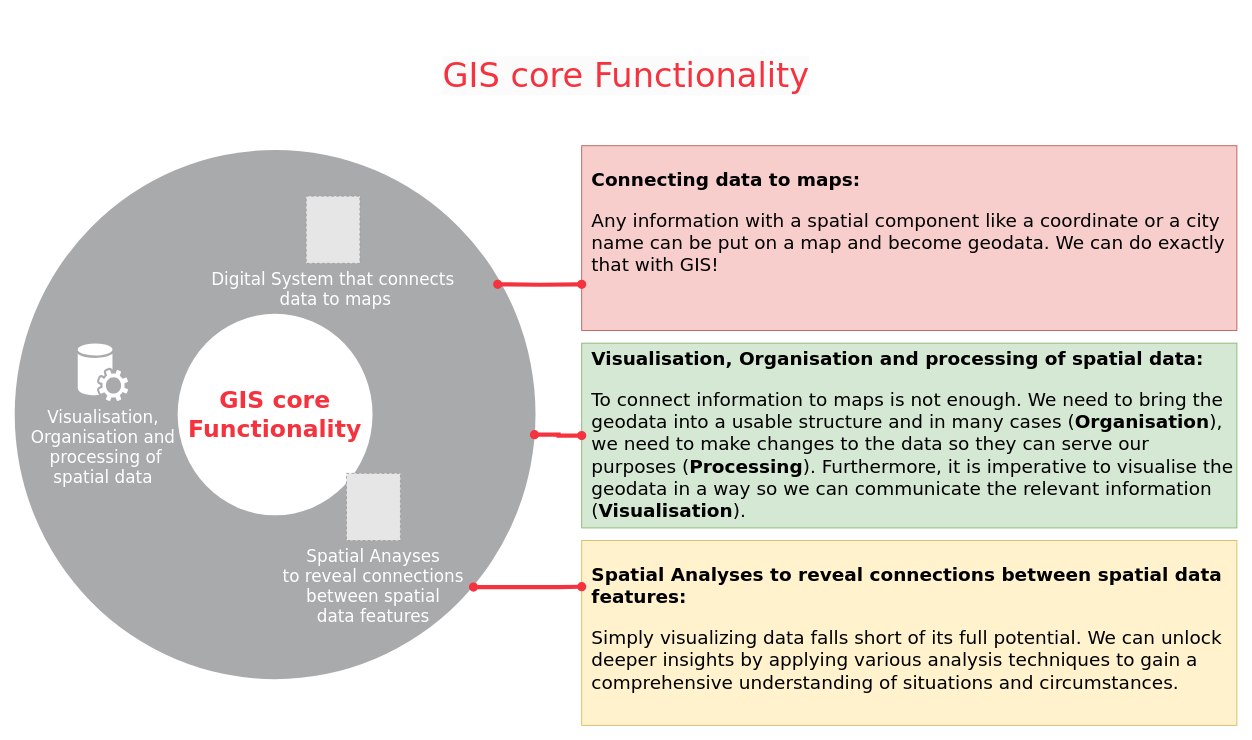
Above: fig/GIS_Core_functunality.drawio in GIScience/gis-training-resource-center (draw.io), before the change. Source tidied: cells renumbered, new cells numbered last; positions are measured from the earlier drawing's top-left corner, leaving out a move shared by most shapes. Both pictures are drawn from the tidied source at 84%, with x=0, y=0 at pixel (14, 70). Pictures stored in the file or linked from it are replaced by grey dashed boxes.
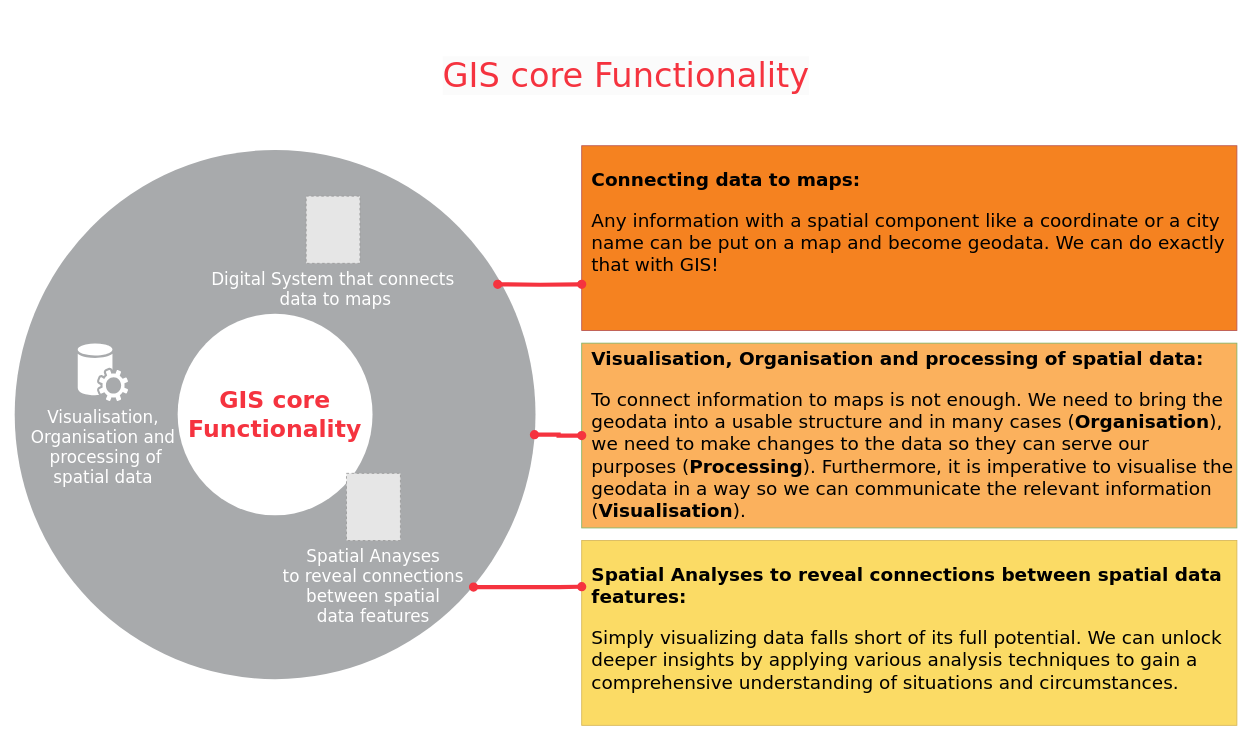
Above is the later version.

Change to the diagram source:
```diff
@@
 <mxGraphModel>
   <root>
     <mxCell id="0" />
     <mxCell id="1" parent="0" />
     <mxCell id="2" value="&#10;&lt;span style=&quot;color: rgb(245, 51, 63); font-size: 40px; font-style: normal; font-variant-ligatures: normal; font-variant-caps: normal; letter-spacing: normal; orphans: 2; text-align: center; text-indent: 0px; text-transform: none; widows: 2; word-spacing: 0px; -webkit-text-stroke-width: 0px; background-color: rgb(251, 251, 251); text-decoration-thickness: initial; text-decoration-style: initial; text-decoration-color: initial; float: none; display: inline !important;&quot;&gt;GIS core Functionality&lt;/span&gt;&#10;&#10;" style="rounded=0;whiteSpace=wrap;html=1;strokeColor=none;fillColor=none;fontFamily=Verdana;fontStyle=0;fontSize=40;" parent="1" vertex="1">
       <mxGeometry x="339.5" width="776" height="60" as="geometry" />
     </mxCell>
     <mxCell id="3" style="ellipse;whiteSpace=wrap;html=1;rounded=0;shadow=0;comic=0;strokeWidth=1;fontFamily=Verdana;fontSize=14;strokeColor=none;fillColor=#a8aaac;fontStyle=0;" parent="1" vertex="1">
       <mxGeometry y="95" width="620" height="630" as="geometry" />
     </mxCell>
     <mxCell id="4" value="&lt;font style=&quot;font-size: 28px;&quot;&gt;GIS core Functionality&lt;/font&gt;" style="ellipse;whiteSpace=wrap;html=1;rounded=0;shadow=0;comic=0;strokeWidth=1;fontFamily=Verdana;fontSize=28;strokeColor=none;fillColor=#FFFFFF;fontColor=#f5333f;fontStyle=1;labelBorderColor=none;" parent="1" vertex="1">
       <mxGeometry x="194" y="290" width="232" height="240" as="geometry" />
     </mxCell>
     <mxCell id="5" value="Visualisation, &lt;br style=&quot;font-size: 20px;&quot;&gt;Organisation and&lt;br style=&quot;font-size: 20px;&quot;&gt;&amp;nbsp;processing of &lt;br style=&quot;font-size: 20px;&quot;&gt;spatial data" style="shadow=0;dashed=0;html=1;strokeColor=none;fillColor=#ffffff;labelPosition=center;verticalLabelPosition=bottom;verticalAlign=top;shape=mxgraph.office.services.central_management_service;rounded=0;comic=0;fontFamily=Verdana;fontSize=20;fontColor=#FFFFFF;fontStyle=0;" parent="1" vertex="1">
       <mxGeometry x="75" y="325" width="60" height="69" as="geometry" />
     </mxCell>
     <mxCell id="6" value="Digital System that connects&#10; data to maps" style="fillColor=#E6E6E6;strokeColor=#999999;dashed=1;verticalLabelPosition=bottom;labelBackgroundColor=none;verticalAlign=top;fontColor=#FFFFFF;fontFamily=Verdana;fontSize=20;fontStyle=0;" parent="1" vertex="1">
       <mxGeometry x="347" y="150" width="64" height="80" as="geometry" />
     </mxCell>
     <mxCell id="7" value="Spatial Anayses&#10;to reveal connections&#10;between spatial&#10;data features" style="fillColor=#E6E6E6;strokeColor=#999999;dashed=1;verticalLabelPosition=bottom;labelBackgroundColor=none;verticalAlign=top;fontColor=#FFFFFF;fontFamily=Verdana;fontSize=20;fontStyle=0;" parent="1" vertex="1">
       <mxGeometry x="395" y="480" width="64.2" height="80" as="geometry" />
     </mxCell>
-    <mxCell id="8" value="&lt;p style=&quot;font-size: 22px;&quot; class=&quot;MsoNormal&quot;&gt;&lt;font style=&quot;font-size: 22px;&quot;&gt;&lt;b style=&quot;font-size: 22px;&quot;&gt;Connecting data to maps:&lt;/b&gt;&lt;/font&gt;&lt;/p&gt;&lt;p style=&quot;font-size: 22px;&quot; class=&quot;MsoNormal&quot;&gt;&lt;font style=&quot;font-size: 22px;&quot;&gt;&lt;font style=&quot;font-size: 22px;&quot;&gt;Any information with a spatial component like a coordinate or a city name can be put on a map and become geodata. We can do exactly that with GIS!&lt;/font&gt;&lt;/font&gt;&lt;/p&gt;" style="rounded=0;whiteSpace=wrap;html=1;align=left;verticalAlign=top;spacingTop=0;spacingLeft=10;spacingBottom=10;fillColor=#f8cecc;strokeColor=#b85450;fontSize=22;fontFamily=Verdana;" parent="1" vertex="1">
+    <mxCell id="8" value="&lt;p style=&quot;font-size: 22px;&quot; class=&quot;MsoNormal&quot;&gt;&lt;font style=&quot;font-size: 22px;&quot;&gt;&lt;b style=&quot;font-size: 22px;&quot;&gt;Connecting data to maps:&lt;/b&gt;&lt;/font&gt;&lt;/p&gt;&lt;p style=&quot;font-size: 22px;&quot; class=&quot;MsoNormal&quot;&gt;&lt;font style=&quot;font-size: 22px;&quot;&gt;&lt;font style=&quot;font-size: 22px;&quot;&gt;Any information with a spatial component like a coordinate or a city name can be put on a map and become geodata. We can do exactly that with GIS!&lt;/font&gt;&lt;/font&gt;&lt;/p&gt;" style="rounded=0;whiteSpace=wrap;html=1;align=left;verticalAlign=top;spacingTop=0;spacingLeft=10;spacingBottom=10;fillColor=#f58220;strokeColor=#b85450;fontSize=22;fontFamily=Verdana;" parent="1" vertex="1">
       <mxGeometry x="675" y="90" width="780" height="220" as="geometry" />
     </mxCell>
-    <mxCell id="9" value="&lt;b style=&quot;font-size: 22px;&quot;&gt;Visualisation, Organisation and processing of spatial data:&lt;/b&gt;&lt;p class=&quot;MsoNormal&quot; style=&quot;font-size: 22px;&quot;&gt;&lt;/p&gt;&lt;p class=&quot;MsoNormal&quot; style=&quot;font-size: 22px;&quot;&gt;To connect information to maps is not enough. We need to bring the geodata into a usable structure and in many cases (&lt;b style=&quot;font-size: 22px;&quot;&gt;Organisation&lt;/b&gt;), we need to make changes to the data so they can serve our purposes (&lt;b style=&quot;font-size: 22px;&quot;&gt;Processing&lt;/b&gt;). Furthermore, it is imperative to visualise the geodata in a way so we can communicate the relevant information (&lt;b style=&quot;font-size: 22px;&quot;&gt;Visualisation&lt;/b&gt;).&amp;nbsp;&lt;/p&gt;" style="rounded=0;whiteSpace=wrap;html=1;align=left;verticalAlign=top;fontFamily=Verdana;spacingLeft=10;spacingBottom=10;fontSize=22;fillColor=#d5e8d4;strokeColor=#82b366;" parent="1" vertex="1">
+    <mxCell id="9" value="&lt;b style=&quot;font-size: 22px;&quot;&gt;Visualisation, Organisation and processing of spatial data:&lt;/b&gt;&lt;p class=&quot;MsoNormal&quot; style=&quot;font-size: 22px;&quot;&gt;&lt;/p&gt;&lt;p class=&quot;MsoNormal&quot; style=&quot;font-size: 22px;&quot;&gt;To connect information to maps is not enough. We need to bring the geodata into a usable structure and in many cases (&lt;b style=&quot;font-size: 22px;&quot;&gt;Organisation&lt;/b&gt;), we need to make changes to the data so they can serve our purposes (&lt;b style=&quot;font-size: 22px;&quot;&gt;Processing&lt;/b&gt;). Furthermore, it is imperative to visualise the geodata in a way so we can communicate the relevant information (&lt;b style=&quot;font-size: 22px;&quot;&gt;Visualisation&lt;/b&gt;).&amp;nbsp;&lt;/p&gt;" style="rounded=0;whiteSpace=wrap;html=1;align=left;verticalAlign=top;fontFamily=Verdana;spacingLeft=10;spacingBottom=10;fontSize=22;fillColor=#fbb15d;strokeColor=#82b366;" parent="1" vertex="1">
       <mxGeometry x="675" y="325" width="780" height="220" as="geometry" />
     </mxCell>
-    <mxCell id="10" value="&lt;p class=&quot;MsoNormal&quot; style=&quot;font-size: 22px;&quot;&gt;&lt;b style=&quot;font-size: 22px;&quot;&gt;Spatial Analyses to reveal connections between spatial data features:&lt;/b&gt;&lt;/p&gt;&lt;p class=&quot;MsoNormal&quot; style=&quot;font-size: 22px;&quot;&gt;Simply visualizing data falls short of its full potential. We can unlock deeper insights by applying various analysis techniques to gain a comprehensive understanding of situations and circumstances.&lt;/p&gt;" style="rounded=0;whiteSpace=wrap;html=1;fontSize=22;spacingLeft=10;align=left;verticalAlign=top;fontFamily=Verdana;fillColor=#fff2cc;strokeColor=#d6b656;" parent="1" vertex="1">
+    <mxCell id="10" value="&lt;p class=&quot;MsoNormal&quot; style=&quot;font-size: 22px;&quot;&gt;&lt;b style=&quot;font-size: 22px;&quot;&gt;Spatial Analyses to reveal connections between spatial data features:&lt;/b&gt;&lt;/p&gt;&lt;p class=&quot;MsoNormal&quot; style=&quot;font-size: 22px;&quot;&gt;Simply visualizing data falls short of its full potential. We can unlock deeper insights by applying various analysis techniques to gain a comprehensive understanding of situations and circumstances.&lt;/p&gt;" style="rounded=0;whiteSpace=wrap;html=1;fontSize=22;spacingLeft=10;align=left;verticalAlign=top;fontFamily=Verdana;fillColor=#fbdb65;strokeColor=#d6b656;" parent="1" vertex="1">
       <mxGeometry x="675" y="560" width="780" height="220" as="geometry" />
     </mxCell>
     <mxCell id="11" style="edgeStyle=orthogonalEdgeStyle;rounded=0;jettySize=auto;html=1;entryX=0;entryY=0.25;entryDx=0;entryDy=0;endArrow=oval;endFill=1;startArrow=oval;startFill=1;strokeWidth=5;strokeColor=#F5333F;fillColor=#f5f5f5;exitX=0.881;exitY=0.826;exitDx=0;exitDy=0;exitPerimeter=0;" parent="1" edge="1" source="3" target="10">
       <mxGeometry relative="1" as="geometry" />
     </mxCell>
     <mxCell id="12" style="edgeStyle=orthogonalEdgeStyle;rounded=0;orthogonalLoop=1;jettySize=auto;html=1;exitX=0.5;exitY=1;exitDx=0;exitDy=0;" parent="1" edge="1" source="7" target="7">
       <mxGeometry relative="1" as="geometry" />
     </mxCell>
     <mxCell id="13" style="edgeStyle=orthogonalEdgeStyle;rounded=0;jettySize=auto;html=1;entryX=0;entryY=0.75;entryDx=0;entryDy=0;endArrow=oval;endFill=1;startArrow=oval;startFill=1;strokeWidth=5;strokeColor=#F5333F;fillColor=#f5f5f5;" parent="1" edge="1" target="8">
       <mxGeometry relative="1" as="geometry">
         <mxPoint x="575" y="255" as="sourcePoint" />
       </mxGeometry>
     </mxCell>
     <mxCell id="14" style="edgeStyle=orthogonalEdgeStyle;rounded=0;jettySize=auto;html=1;entryX=0;entryY=0.5;entryDx=0;entryDy=0;endArrow=oval;endFill=1;startArrow=oval;startFill=1;strokeWidth=5;strokeColor=#F5333F;fillColor=#f5f5f5;exitX=0.998;exitY=0.538;exitDx=0;exitDy=0;exitPerimeter=0;" parent="1" edge="1" source="3" target="9">
       <mxGeometry relative="1" as="geometry" />
     </mxCell>
   </root>
 </mxGraphModel>
```
